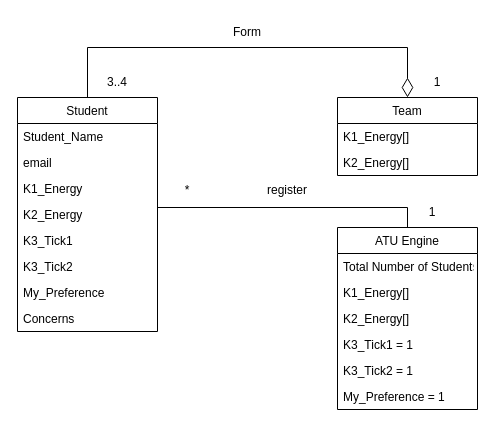
The draw.io diagram doc/class_diagram.drawio in HUANG-Haolun/COMP3111-GROUP34, before the edit. Source tidied: cells renumbered, new cells numbered last; positions are measured from the earlier drawing's top-left corner, leaving out a move shared by most shapes. Both pictures are drawn from the tidied source at 100%, with x=0, y=0 at pixel (17, 17).
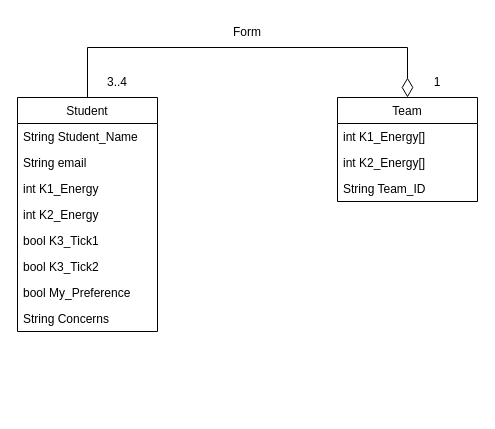
The same page after the edit.

Commit message (it also covers changes not shown here):
class diagram update

Unchanged cells that the change refers to:
```xml
<mxCell id="2" value="Student" style="swimlane;fontStyle=0;horizontal=1;startSize=26;fillColor=none;" parent="1" vertex="1">
  <mxGeometry y="80" width="140" height="234" as="geometry" />
</mxCell>
```

Diff of the diagram source:
```diff
@@
-    <mxCell id="3" value="Student_Name" style="text;strokeColor=none;fillColor=none;align=left;verticalAlign=top;spacingLeft=4;spacingRight=4;overflow=hidden;" parent="2" vertex="1">
+    <mxCell id="3" value="String Student_Name" style="text;strokeColor=none;fillColor=none;align=left;verticalAlign=top;spacingLeft=4;spacingRight=4;overflow=hidden;" parent="2" vertex="1">
       <mxGeometry y="26" width="140" height="26" as="geometry" />
     </mxCell>
-    <mxCell id="4" value="email" style="text;strokeColor=none;fillColor=none;align=left;verticalAlign=top;spacingLeft=4;spacingRight=4;overflow=hidden;" parent="2" vertex="1">
+    <mxCell id="4" value="String email" style="text;strokeColor=none;fillColor=none;align=left;verticalAlign=top;spacingLeft=4;spacingRight=4;overflow=hidden;" parent="2" vertex="1">
       <mxGeometry y="52" width="140" height="26" as="geometry" />
     </mxCell>
-    <mxCell id="5" value="K1_Energy" style="text;strokeColor=none;fillColor=none;align=left;verticalAlign=top;spacingLeft=4;spacingRight=4;overflow=hidden;" parent="2" vertex="1">
+    <mxCell id="5" value="int K1_Energy" style="text;strokeColor=none;fillColor=none;align=left;verticalAlign=top;spacingLeft=4;spacingRight=4;overflow=hidden;" parent="2" vertex="1">
       <mxGeometry y="78" width="140" height="26" as="geometry" />
     </mxCell>
-    <mxCell id="6" value="K2_Energy" style="text;strokeColor=none;fillColor=none;align=left;verticalAlign=top;spacingLeft=4;spacingRight=4;overflow=hidden;" parent="2" vertex="1">
+    <mxCell id="6" value="int K2_Energy" style="text;strokeColor=none;fillColor=none;align=left;verticalAlign=top;spacingLeft=4;spacingRight=4;overflow=hidden;" parent="2" vertex="1">
       <mxGeometry y="104" width="140" height="26" as="geometry" />
     </mxCell>
-    <mxCell id="7" value="K3_Tick1" style="text;strokeColor=none;fillColor=none;align=left;verticalAlign=top;spacingLeft=4;spacingRight=4;overflow=hidden;" parent="2" vertex="1">
+    <mxCell id="7" value="bool K3_Tick1" style="text;strokeColor=none;fillColor=none;align=left;verticalAlign=top;spacingLeft=4;spacingRight=4;overflow=hidden;" parent="2" vertex="1">
       <mxGeometry y="130" width="140" height="26" as="geometry" />
     </mxCell>
-    <mxCell id="8" value="K3_Tick2" style="text;strokeColor=none;fillColor=none;align=left;verticalAlign=top;spacingLeft=4;spacingRight=4;overflow=hidden;" parent="2" vertex="1">
+    <mxCell id="8" value="bool K3_Tick2" style="text;strokeColor=none;fillColor=none;align=left;verticalAlign=top;spacingLeft=4;spacingRight=4;overflow=hidden;" parent="2" vertex="1">
       <mxGeometry y="156" width="140" height="26" as="geometry" />
     </mxCell>
-    <mxCell id="9" value="My_Preference" style="text;strokeColor=none;fillColor=none;align=left;verticalAlign=top;spacingLeft=4;spacingRight=4;overflow=hidden;" parent="2" vertex="1">
+    <mxCell id="9" value="bool My_Preference" style="text;strokeColor=none;fillColor=none;align=left;verticalAlign=top;spacingLeft=4;spacingRight=4;overflow=hidden;" parent="2" vertex="1">
       <mxGeometry y="182" width="140" height="26" as="geometry" />
     </mxCell>
-    <mxCell id="10" value="Concerns" style="text;strokeColor=none;fillColor=none;align=left;verticalAlign=top;spacingLeft=4;spacingRight=4;overflow=hidden;" parent="2" vertex="1">
+    <mxCell id="10" value="String Concerns" style="text;strokeColor=none;fillColor=none;align=left;verticalAlign=top;spacingLeft=4;spacingRight=4;overflow=hidden;" parent="2" vertex="1">
       <mxGeometry y="208" width="140" height="26" as="geometry" />
     </mxCell>
     <mxCell id="11" value="Team" style="swimlane;fontStyle=0;horizontal=1;startSize=26;fillColor=none;" parent="1" vertex="1">
-      <mxGeometry x="320" y="80" width="140" height="78" as="geometry" />
+      <mxGeometry x="320" y="80" width="140" height="104" as="geometry" />
     </mxCell>
-    <mxCell id="12" value="K1_Energy[]" style="text;strokeColor=none;fillColor=none;align=left;verticalAlign=top;spacingLeft=4;spacingRight=4;overflow=hidden;" parent="11" vertex="1">
+    <mxCell id="12" value="int K1_Energy[]" style="text;strokeColor=none;fillColor=none;align=left;verticalAlign=top;spacingLeft=4;spacingRight=4;overflow=hidden;" parent="11" vertex="1">
       <mxGeometry y="26" width="140" height="26" as="geometry" />
     </mxCell>
-    <mxCell id="13" value="K2_Energy[]" style="text;strokeColor=none;fillColor=none;align=left;verticalAlign=top;spacingLeft=4;spacingRight=4;overflow=hidden;" parent="11" vertex="1">
+    <mxCell id="13" value="int K2_Energy[]" style="text;strokeColor=none;fillColor=none;align=left;verticalAlign=top;spacingLeft=4;spacingRight=4;overflow=hidden;" parent="11" vertex="1">
       <mxGeometry y="52" width="140" height="26" as="geometry" />
     </mxCell>
+    <mxCell id="29" value="String Team_ID" style="text;strokeColor=none;fillColor=none;align=left;verticalAlign=top;spacingLeft=4;spacingRight=4;overflow=hidden;" parent="11" vertex="1">
+      <mxGeometry y="78" width="140" height="26" as="geometry" />
+    </mxCell>
@@
-    <mxCell id="17" value="ATU Engine" style="swimlane;fontStyle=0;horizontal=1;startSize=26;fillColor=none;" parent="1" vertex="1">
-      <mxGeometry x="320" y="210" width="140" height="182" as="geometry" />
-    </mxCell>
-    <mxCell id="18" value="Total Number of Students" style="text;strokeColor=none;fillColor=none;align=left;verticalAlign=top;spacingLeft=4;spacingRight=4;overflow=hidden;" parent="17" vertex="1">
-      <mxGeometry y="26" width="140" height="26" as="geometry" />
-    </mxCell>
-    <mxCell id="19" value="K1_Energy[]" style="text;strokeColor=none;fillColor=none;align=left;verticalAlign=top;spacingLeft=4;spacingRight=4;overflow=hidden;" parent="17" vertex="1">
-      <mxGeometry y="52" width="140" height="26" as="geometry" />
-    </mxCell>
-    <mxCell id="20" value="K2_Energy[]" style="text;strokeColor=none;fillColor=none;align=left;verticalAlign=top;spacingLeft=4;spacingRight=4;overflow=hidden;" parent="17" vertex="1">
-      <mxGeometry y="78" width="140" height="26" as="geometry" />
-    </mxCell>
-    <mxCell id="21" value="K3_Tick1 = 1" style="text;strokeColor=none;fillColor=none;align=left;verticalAlign=top;spacingLeft=4;spacingRight=4;overflow=hidden;" parent="17" vertex="1">
-      <mxGeometry y="104" width="140" height="26" as="geometry" />
-    </mxCell>
-    <mxCell id="22" value="K3_Tick2 = 1" style="text;strokeColor=none;fillColor=none;align=left;verticalAlign=top;spacingLeft=4;spacingRight=4;overflow=hidden;" parent="17" vertex="1">
-      <mxGeometry y="130" width="140" height="26" as="geometry" />
-    </mxCell>
-    <mxCell id="23" value="My_Preference = 1" style="text;strokeColor=none;fillColor=none;align=left;verticalAlign=top;spacingLeft=4;spacingRight=4;overflow=hidden;" parent="17" vertex="1">
-      <mxGeometry y="156" width="140" height="26" as="geometry" />
-    </mxCell>
-    <mxCell id="24" style="edgeStyle=orthogonalEdgeStyle;rounded=0;jettySize=auto;html=1;endArrow=none;endFill=0;entryX=0.5;entryY=0;entryDx=0;entryDy=0;" parent="1" edge="1" target="17">
-      <mxGeometry relative="1" as="geometry">
-        <mxPoint x="140" y="223" as="sourcePoint" />
-        <Array as="points">
-          <mxPoint x="140" y="190" />
-          <mxPoint x="390" y="190" />
-        </Array>
-      </mxGeometry>
-    </mxCell>
-    <mxCell id="25" value="*" style="text;html=1;strokeColor=none;fillColor=none;align=center;verticalAlign=middle;whiteSpace=wrap;rounded=0;" parent="1" vertex="1">
-      <mxGeometry x="140" y="158" width="60" height="30" as="geometry" />
-    </mxCell>
@@
-    <mxCell id="27" value="1" style="text;html=1;strokeColor=none;fillColor=none;align=center;verticalAlign=middle;whiteSpace=wrap;rounded=0;" parent="1" vertex="1">
-      <mxGeometry x="385" y="180" width="60" height="30" as="geometry" />
-    </mxCell>
-    <mxCell id="28" value="register" style="text;html=1;strokeColor=none;fillColor=none;align=center;verticalAlign=middle;whiteSpace=wrap;rounded=0;" parent="1" vertex="1">
-      <mxGeometry x="240" y="158" width="60" height="30" as="geometry" />
-    </mxCell>
```
